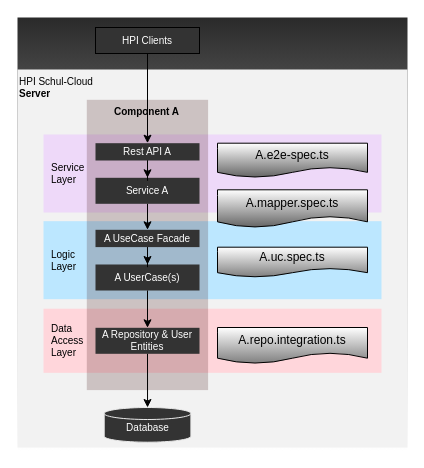
This is assets/testing-hierarchy.drawio from SevenWaysDP/schulcloud-server, a draw.io file, before an edit. Source tidied: cells renumbered, new cells numbered last; positions are measured from the earlier drawing's top-left corner, leaving out a move shared by most shapes. Both pictures are drawn from the tidied source at 100%, with x=0, y=0 at pixel (17, 17).
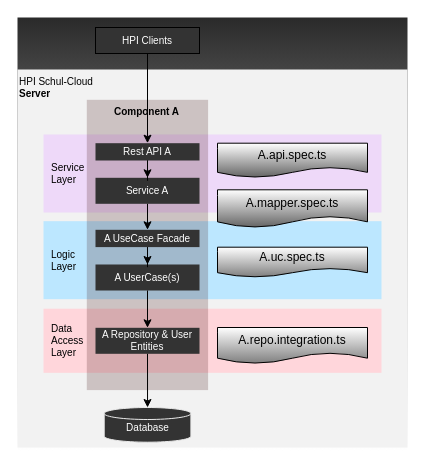
After the change.

Unchanged cells that the change refers to:
```xml
<mxCell id="2" style="group;fontSize=10;fillColor=#2a2a2a;gradientColor=#ffffff;dashed=1;" parent="1" vertex="1">
  <mxGeometry width="390" height="433.3" as="geometry" />
</mxCell>
```

The edit, as a diff of the source:
```diff
@@
-    <mxCell id="24" value="A.e2e-spec.ts" style="shape=document;whiteSpace=wrap;html=1;boundedLbl=1;gradientColor=#666666;" parent="2" vertex="1">
+    <mxCell id="24" value="A.api.spec.ts" style="shape=document;whiteSpace=wrap;html=1;boundedLbl=1;gradientColor=#666666;" parent="2" vertex="1">
       <mxGeometry x="200" y="125.7" width="150" height="34.3" as="geometry" />
     </mxCell>
```
